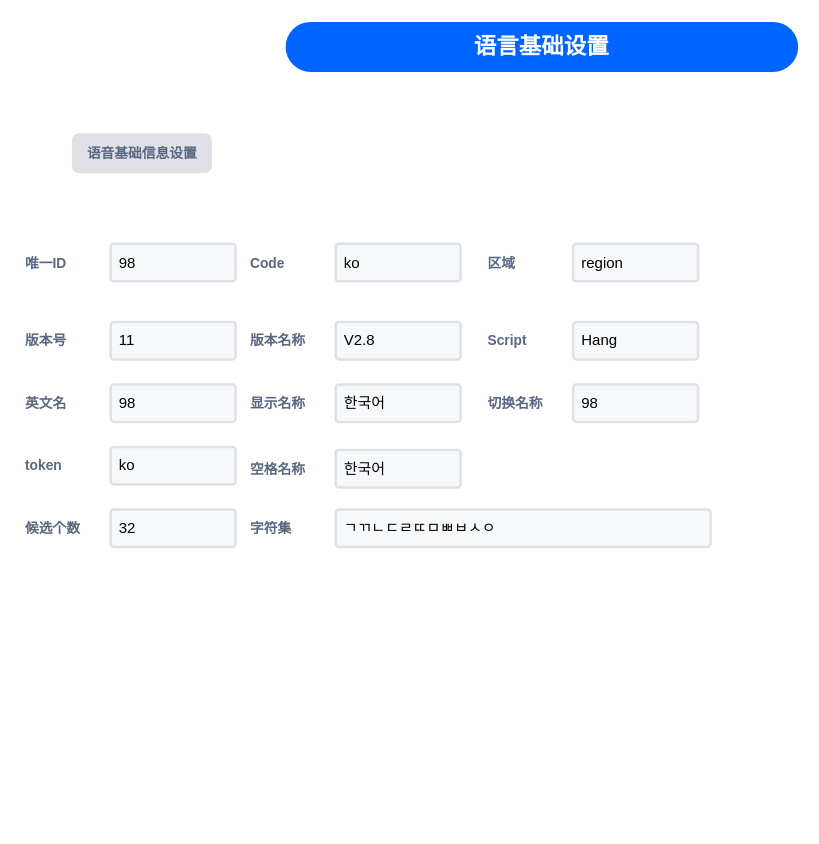
The draw.io diagram layout-editor/语言基本信息.drawio in chonglv/charts, before the edit. Source tidied: cells renumbered, new cells numbered last; positions are measured from the earlier drawing's top-left corner, leaving out a move shared by most shapes. Both pictures are drawn from the tidied source at 125%, with x=0, y=0 at pixel (22, 21).
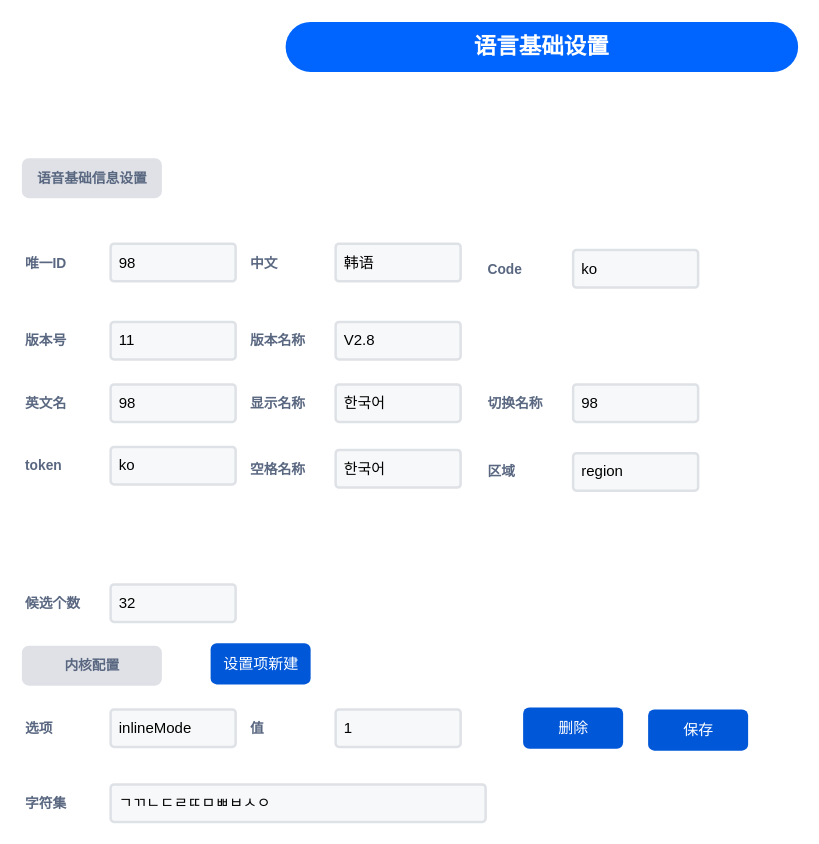
After the change.

Commit message:
更新语言基本信息.drawio

Change to the diagram source:
```diff
@@
-    <mxCell id="4" value="Code" style="fillColor=none;strokeColor=none;html=1;fontSize=11;fontStyle=0;align=left;fontColor=#596780;fontStyle=1;fontSize=11;" parent="1" vertex="1">
+    <mxCell id="4" value="中文" style="fillColor=none;strokeColor=none;html=1;fontSize=11;fontStyle=0;align=left;fontColor=#596780;fontStyle=1;fontSize=11;" parent="1" vertex="1">
       <mxGeometry x="180" y="182.5" width="60" height="20" as="geometry" />
     </mxCell>
-    <mxCell id="5" value="ko" style="rounded=1;arcSize=9;fillColor=#F7F8F9;align=left;spacingLeft=5;strokeColor=#DEE1E6;html=1;strokeWidth=2;fontSize=12;" parent="1" vertex="1">
+    <mxCell id="5" value="韩语" style="rounded=1;arcSize=9;fillColor=#F7F8F9;align=left;spacingLeft=5;strokeColor=#DEE1E6;html=1;strokeWidth=2;fontSize=12;" parent="1" vertex="1">
       <mxGeometry x="250" y="177.5" width="100" height="30" as="geometry" />
     </mxCell>
     <mxCell id="6" value="区域" style="fillColor=none;strokeColor=none;html=1;fontSize=11;fontStyle=0;align=left;fontColor=#596780;fontStyle=1;fontSize=11;" parent="1" vertex="1">
-      <mxGeometry x="370" y="182.5" width="60" height="20" as="geometry" />
+      <mxGeometry x="370" y="350" width="60" height="20" as="geometry" />
     </mxCell>
     <mxCell id="7" value="region" style="rounded=1;arcSize=9;fillColor=#F7F8F9;align=left;spacingLeft=5;strokeColor=#DEE1E6;html=1;strokeWidth=2;fontSize=12;" parent="1" vertex="1">
-      <mxGeometry x="440" y="177.5" width="100" height="30" as="geometry" />
+      <mxGeometry x="440" y="345" width="100" height="30" as="geometry" />
     </mxCell>
@@
-    <mxCell id="12" value="Script" style="fillColor=none;strokeColor=none;html=1;fontSize=11;fontStyle=0;align=left;fontColor=#596780;fontStyle=1;fontSize=11;" parent="1" vertex="1">
-      <mxGeometry x="370" y="245" width="60" height="20" as="geometry" />
+    <mxCell id="12" value="选项" style="fillColor=none;strokeColor=none;html=1;fontSize=11;fontStyle=0;align=left;fontColor=#596780;fontStyle=1;fontSize=11;" parent="1" vertex="1">
+      <mxGeometry y="555" width="60" height="20" as="geometry" />
     </mxCell>
-    <mxCell id="13" value="Hang" style="rounded=1;arcSize=9;fillColor=#F7F8F9;align=left;spacingLeft=5;strokeColor=#DEE1E6;html=1;strokeWidth=2;fontSize=12;" parent="1" vertex="1">
-      <mxGeometry x="440" y="240" width="100" height="30" as="geometry" />
+    <mxCell id="13" value="inlineMode" style="rounded=1;arcSize=9;fillColor=#F7F8F9;align=left;spacingLeft=5;strokeColor=#DEE1E6;html=1;strokeWidth=2;fontSize=12;" parent="1" vertex="1">
+      <mxGeometry x="70" y="550" width="100" height="30" as="geometry" />
     </mxCell>
@@
     <mxCell id="22" value="候选个数" style="fillColor=none;strokeColor=none;html=1;fontSize=11;fontStyle=0;align=left;fontColor=#596780;fontStyle=1;fontSize=11;" parent="1" vertex="1">
-      <mxGeometry y="395" width="60" height="20" as="geometry" />
+      <mxGeometry y="455" width="60" height="20" as="geometry" />
     </mxCell>
     <mxCell id="23" value="32" style="rounded=1;arcSize=9;fillColor=#F7F8F9;align=left;spacingLeft=5;strokeColor=#DEE1E6;html=1;strokeWidth=2;fontSize=12;" parent="1" vertex="1">
-      <mxGeometry x="70" y="390" width="100" height="30" as="geometry" />
+      <mxGeometry x="70" y="450" width="100" height="30" as="geometry" />
     </mxCell>
     <mxCell id="24" value="字符集" style="fillColor=none;strokeColor=none;html=1;fontSize=11;fontStyle=0;align=left;fontColor=#596780;fontStyle=1;fontSize=11;" parent="1" vertex="1">
-      <mxGeometry x="180" y="395" width="60" height="20" as="geometry" />
+      <mxGeometry y="615" width="60" height="20" as="geometry" />
     </mxCell>
     <mxCell id="25" value="ㄱㄲㄴㄷㄹㄸㅁㅃㅂㅅㅇ" style="rounded=1;arcSize=9;fillColor=#F7F8F9;align=left;spacingLeft=5;strokeColor=#DEE1E6;html=1;strokeWidth=2;fontSize=12;" parent="1" vertex="1">
-      <mxGeometry x="250" y="390" width="300" height="30" as="geometry" />
+      <mxGeometry x="70" y="610" width="300" height="30" as="geometry" />
     </mxCell>
@@
     <mxCell id="28" value="&lt;span style=&quot;color: rgb(89 , 103 , 128) ; font-size: 11px ; text-align: left&quot;&gt;语音基础信息设置&lt;/span&gt;" style="dashed=0;html=1;rounded=1;fillColor=#DFE1E6;strokeColor=#DFE1E6;fontSize=12;align=center;fontStyle=1;strokeWidth=2;fontColor=#42526E;" parent="1" vertex="1">
-      <mxGeometry x="40" y="90" width="110" height="30" as="geometry" />
+      <mxGeometry y="110" width="110" height="30" as="geometry" />
     </mxCell>
@@
+    <mxCell id="30" value="Code" style="fillColor=none;strokeColor=none;html=1;fontSize=11;fontStyle=0;align=left;fontColor=#596780;fontStyle=1;fontSize=11;" parent="1" vertex="1">
+      <mxGeometry x="370" y="187.5" width="60" height="20" as="geometry" />
+    </mxCell>
+    <mxCell id="31" value="ko" style="rounded=1;arcSize=9;fillColor=#F7F8F9;align=left;spacingLeft=5;strokeColor=#DEE1E6;html=1;strokeWidth=2;fontSize=12;" parent="1" vertex="1">
+      <mxGeometry x="440" y="182.5" width="100" height="30" as="geometry" />
+    </mxCell>
+    <mxCell id="32" value="&lt;span style=&quot;color: rgb(89 , 103 , 128) ; font-size: 11px ; text-align: left&quot;&gt;内核配置&lt;/span&gt;" style="dashed=0;html=1;rounded=1;fillColor=#DFE1E6;strokeColor=#DFE1E6;fontSize=12;align=center;fontStyle=1;strokeWidth=2;fontColor=#42526E;" parent="1" vertex="1">
+      <mxGeometry y="500" width="110" height="30" as="geometry" />
+    </mxCell>
+    <mxCell id="33" value="设置项新建" style="rounded=1;fillColor=#0057D8;align=center;strokeColor=none;html=1;fontColor=#ffffff;fontSize=12;" parent="1" vertex="1">
+      <mxGeometry x="150" y="497" width="80" height="33" as="geometry" />
+    </mxCell>
+    <mxCell id="34" value="值" style="fillColor=none;strokeColor=none;html=1;fontSize=11;fontStyle=0;align=left;fontColor=#596780;fontStyle=1;fontSize=11;" parent="1" vertex="1">
+      <mxGeometry x="180" y="555" width="60" height="20" as="geometry" />
+    </mxCell>
+    <mxCell id="35" value="1" style="rounded=1;arcSize=9;fillColor=#F7F8F9;align=left;spacingLeft=5;strokeColor=#DEE1E6;html=1;strokeWidth=2;fontSize=12;" parent="1" vertex="1">
+      <mxGeometry x="250" y="550" width="100" height="30" as="geometry" />
+    </mxCell>
+    <mxCell id="36" value="删除" style="rounded=1;fillColor=#0057D8;align=center;strokeColor=none;html=1;fontColor=#ffffff;fontSize=12;" parent="1" vertex="1">
+      <mxGeometry x="400" y="548.5" width="80" height="33" as="geometry" />
+    </mxCell>
+    <mxCell id="37" value="保存" style="rounded=1;fillColor=#0057D8;align=center;strokeColor=none;html=1;fontColor=#ffffff;fontSize=12;" parent="1" vertex="1">
+      <mxGeometry x="500" y="550" width="80" height="33" as="geometry" />
+    </mxCell>
```
